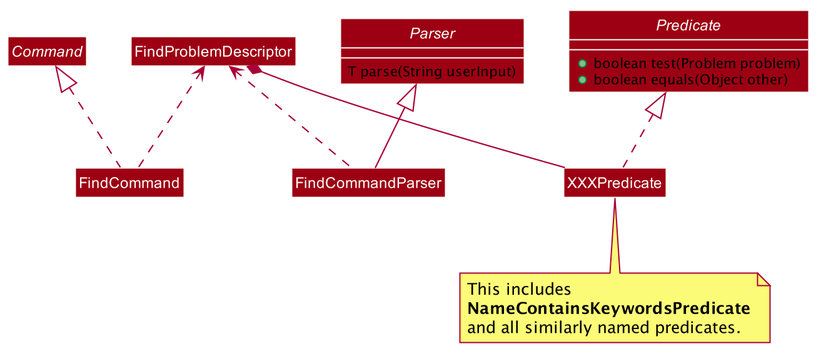
nus-cs2103-AY1920S1/addressbook-level3 keeps this PlantUML diagram as docs/images/find/FindCommandClassDiagram.png. Above is the earlier version. Source of this version:
```plantuml
@startuml








skinparam BackgroundColor #FFFFFFF

skinparam Shadowing false

skinparam Class {
    FontColor #FFFFFF
    BorderThickness 1
    BorderColor #FFFFFF
    StereotypeFontColor #FFFFFF
    FontName Arial
}

skinparam Actor {
    BorderColor #000000
    Color #000000
    FontName Arial
}

skinparam Sequence {
    MessageAlign center
    BoxFontSize 15
    BoxPadding 0
    BoxFontColor #FFFFFF
    FontName Arial
}

skinparam Participant {
    FontColor #FFFFFFF
    Padding 20
}

skinparam MinClassWidth 50
skinparam ParticipantPadding 10
skinparam Shadowing false
skinparam DefaultTextAlignment center
skinparam packageStyle Rectangle

hide footbox
hide members
hide circle
show interface members
skinparam arrowThickness 1.1
skinparam classBackgroundColor #9D0012

abstract class Command

interface Predicate {
	+ boolean test(Problem problem)
	+ boolean equals(Object other)
}

interface Parser {
	T parse(String userInput)
}

class FindCommand

class FindProblemDescriptor

class FindCommandParser

Command <|.. FindCommand

Parser <|-- FindCommandParser

FindProblemDescriptor *-- XXXPredicate
FindProblemDescriptor <.. FindCommand
FindProblemDescriptor <.. FindCommandParser

Predicate <|.. XXXPredicate

note bottom of XXXPredicate
This includes
<b>NameContainsKeywordsPredicate</b>
and all similarly named predicates.
end note

@enduml
```
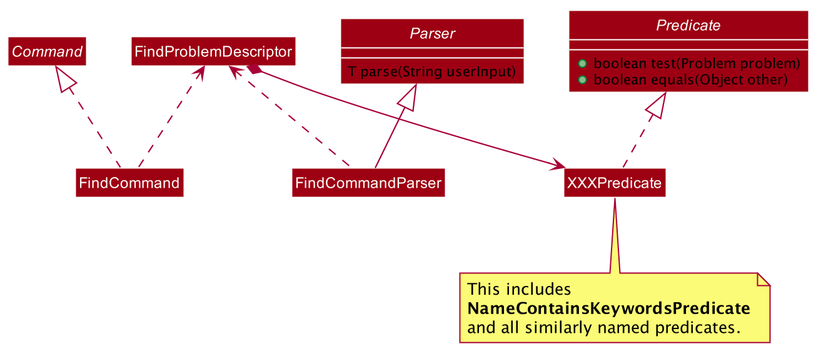
After the commit.

What changed in the source:
```diff
@@ -1,4 +1,5 @@
 @startuml
+
 
 
 
@@ -72,7 +73,7 @@
 
 Parser <|-- FindCommandParser
 
-FindProblemDescriptor *-- XXXPredicate
+FindProblemDescriptor *--> XXXPredicate
 FindProblemDescriptor <.. FindCommand
 FindProblemDescriptor <.. FindCommandParser
 
```
